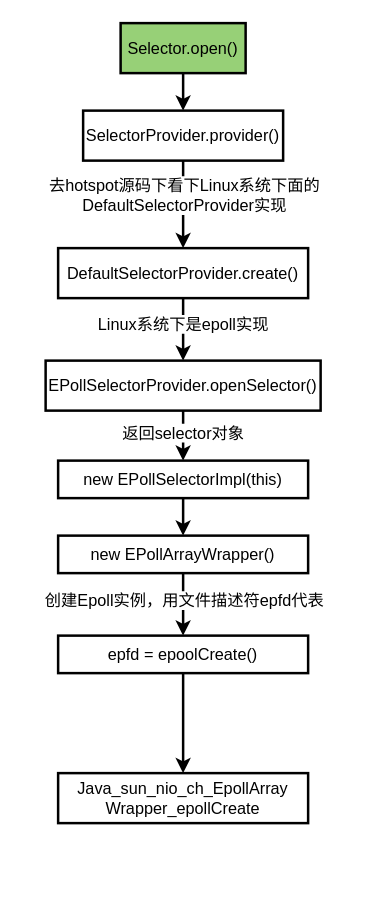
Above: page "第 3 页" (3 of 3) of netty/网络IO与Epoll模型.drawio in LiHuiBin1995/study-java (draw.io), before the change. Source tidied: cells renumbered, new cells numbered last; positions are measured from the earlier drawing's top-left corner, leaving out a move shared by most shapes. Both pictures are drawn from the tidied source at 125%, with x=0, y=0 at pixel (45, 22).
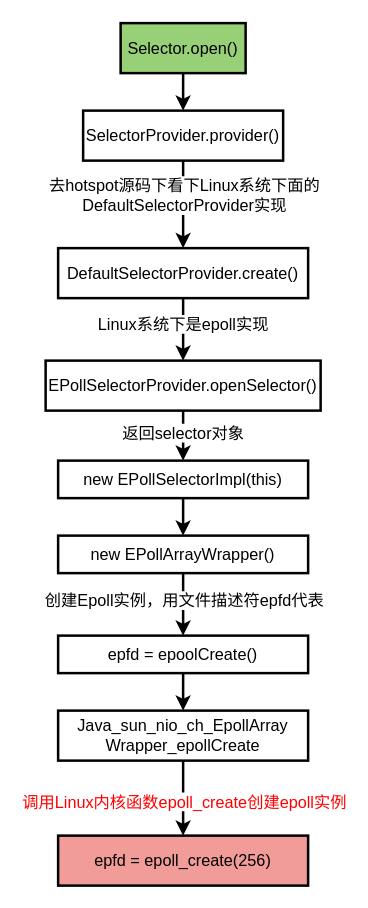
The same page after the edit.

Commit message:
更新网络IO与Epoll模型.drawio

Change to the diagram source:
```diff
@@
+    <mxCell id="21" style="edgeStyle=orthogonalEdgeStyle;rounded=0;jettySize=auto;html=1;fontSize=13;strokeWidth=2;" parent="1" edge="1" source="20" target="23">
+      <mxGeometry relative="1" as="geometry" />
+    </mxCell>
+    <mxCell id="22" value="调用Linux内核函数epoll_create创建epoll实例" style="edgeLabel;html=1;align=center;verticalAlign=middle;fontSize=13;fontColor=#FF0000;" parent="21" vertex="1">
+      <mxGeometry x="0.06" relative="1" as="geometry" />
+    </mxCell>
     <mxCell id="20" value="Java_sun_nio_ch_EpollArray&lt;br&gt;Wrapper_epollCreate" style="rounded=0;whiteSpace=wrap;html=1;fontSize=13;strokeWidth=2;fillColor=#FFFFFF;verticalAlign=middle;" parent="1" vertex="1">
-      <mxGeometry x="10" y="600" width="200" height="40" as="geometry" />
+      <mxGeometry x="10" y="550" width="200" height="40" as="geometry" />
     </mxCell>
+    <mxCell id="23" value="epfd = epoll_create(256)" style="rounded=0;whiteSpace=wrap;html=1;fontSize=13;strokeWidth=2;fillColor=#F19C99;verticalAlign=middle;" parent="1" vertex="1">
+      <mxGeometry x="10" y="650" width="200" height="40" as="geometry" />
+    </mxCell>
```
